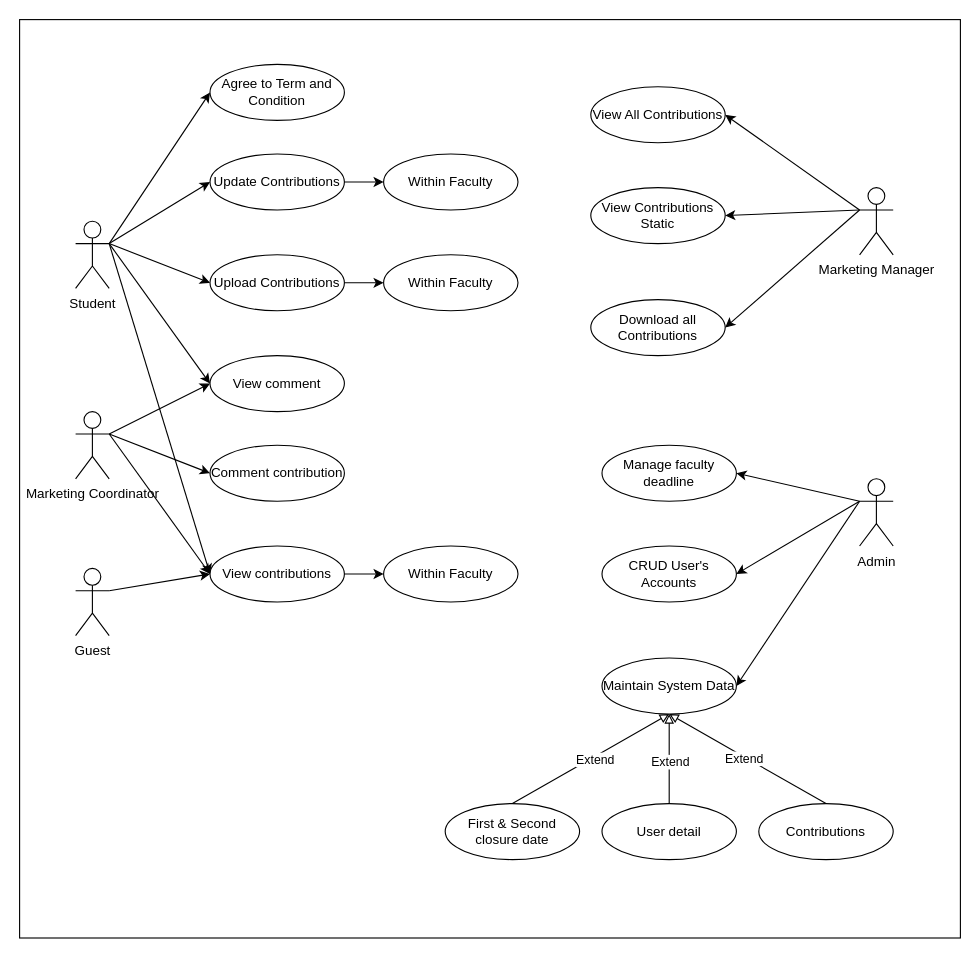
This is Requirement Analysis diagram/use case diagram.drawio from HungBuii/creative_ideas_project_1, a draw.io file, before an edit. Source tidied: cells renumbered, new cells numbered last; positions are measured from the earlier drawing's top-left corner, leaving out a move shared by most shapes. Both pictures are drawn from the tidied source at 112%, with x=0, y=0 at pixel (19, 19).
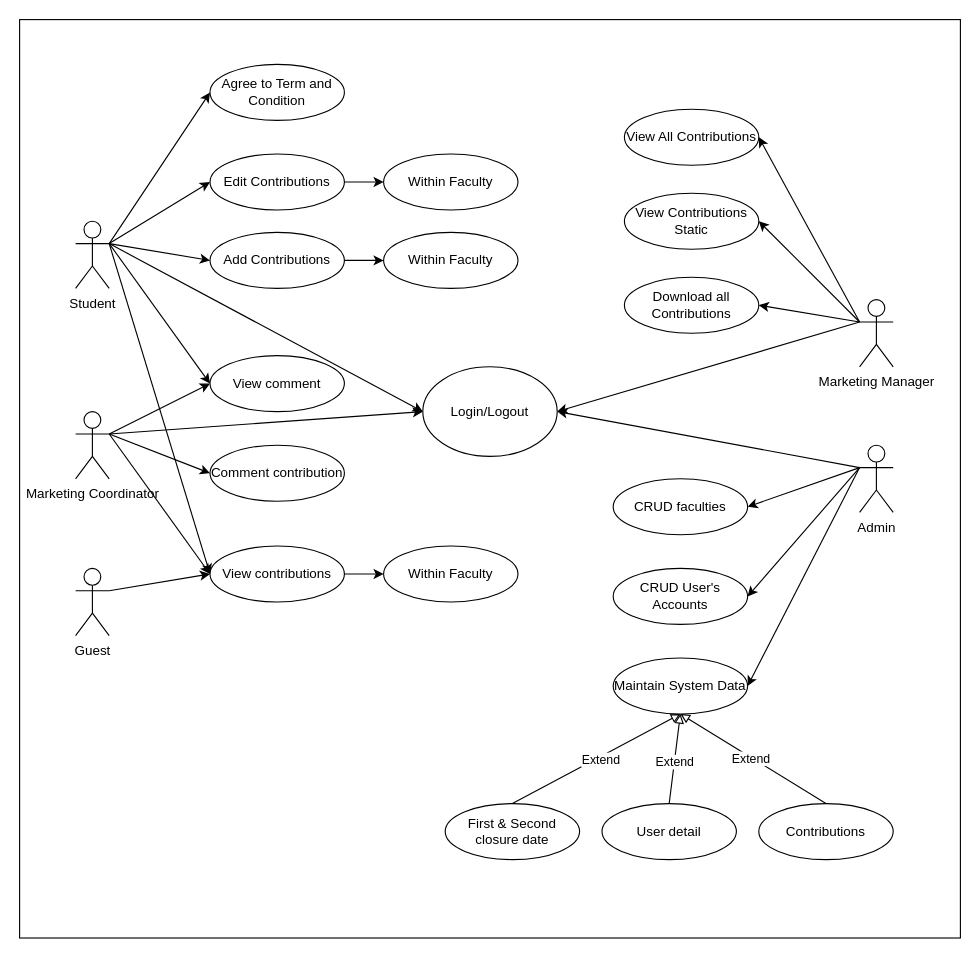
Above is the later version.

The change refers to these unchanged cells:
```xml
<mxCell id="6" value="Marketing Coordinator" style="shape=umlActor;verticalLabelPosition=bottom;verticalAlign=top;html=1;outlineConnect=0;" parent="1" vertex="1">
  <mxGeometry x="50" y="350" width="30" height="60" as="geometry" />
</mxCell>
<mxCell id="7" value="Student" style="shape=umlActor;verticalLabelPosition=bottom;verticalAlign=top;html=1;outlineConnect=0;" parent="1" vertex="1">
  <mxGeometry x="50" y="180" width="30" height="60" as="geometry" />
</mxCell>
```

What changed in the source:
```diff
@@
     <mxCell id="3" value="Admin" style="shape=umlActor;verticalLabelPosition=bottom;verticalAlign=top;html=1;outlineConnect=0;" parent="1" vertex="1">
-      <mxGeometry x="750" y="410" width="30" height="60" as="geometry" />
+      <mxGeometry x="750" y="380" width="30" height="60" as="geometry" />
     </mxCell>
@@
     <mxCell id="5" value="Marketing Manager" style="shape=umlActor;verticalLabelPosition=bottom;verticalAlign=top;html=1;outlineConnect=0;" parent="1" vertex="1">
-      <mxGeometry x="750" y="150" width="30" height="60" as="geometry" />
+      <mxGeometry x="750" y="250" width="30" height="60" as="geometry" />
     </mxCell>
@@
     <mxCell id="8" value="Within Faculty" style="ellipse;whiteSpace=wrap;html=1;" parent="1" vertex="1">
-      <mxGeometry x="325" y="210" width="120" height="50" as="geometry" />
+      <mxGeometry x="325" y="190" width="120" height="50" as="geometry" />
     </mxCell>
-    <mxCell id="9" value="Upload Contributions" style="ellipse;whiteSpace=wrap;html=1;" parent="1" vertex="1">
-      <mxGeometry x="170" y="210" width="120" height="50" as="geometry" />
+    <mxCell id="9" value="Add Contributions" style="ellipse;whiteSpace=wrap;html=1;" parent="1" vertex="1">
+      <mxGeometry x="170" y="190" width="120" height="50" as="geometry" />
     </mxCell>
@@
     <mxCell id="12" value="View All Contributions" style="ellipse;whiteSpace=wrap;html=1;" parent="1" vertex="1">
-      <mxGeometry x="510" y="60" width="120" height="50" as="geometry" />
+      <mxGeometry x="540" y="80" width="120" height="50" as="geometry" />
     </mxCell>
-    <mxCell id="13" value="Manage faculty deadline" style="ellipse;whiteSpace=wrap;html=1;" parent="1" vertex="1">
-      <mxGeometry x="520" y="380" width="120" height="50" as="geometry" />
+    <mxCell id="13" value="CRUD faculties" style="ellipse;whiteSpace=wrap;html=1;" parent="1" vertex="1">
+      <mxGeometry x="530" y="410" width="120" height="50" as="geometry" />
     </mxCell>
@@
-    <mxCell id="16" value="Update Contributions" style="ellipse;whiteSpace=wrap;html=1;" parent="1" vertex="1">
+    <mxCell id="16" value="Edit Contributions" style="ellipse;whiteSpace=wrap;html=1;" parent="1" vertex="1">
       <mxGeometry x="170" y="120" width="120" height="50" as="geometry" />
     </mxCell>
@@
     <mxCell id="32" value="View Contributions Static" style="ellipse;whiteSpace=wrap;html=1;" parent="1" vertex="1">
-      <mxGeometry x="510" y="150" width="120" height="50" as="geometry" />
+      <mxGeometry x="540" y="155" width="120" height="50" as="geometry" />
     </mxCell>
     <mxCell id="33" value="Download all Contributions" style="ellipse;whiteSpace=wrap;html=1;" parent="1" vertex="1">
-      <mxGeometry x="510" y="250" width="120" height="50" as="geometry" />
+      <mxGeometry x="540" y="230" width="120" height="50" as="geometry" />
     </mxCell>
@@
     <mxCell id="37" value="CRUD User's Accounts" style="ellipse;whiteSpace=wrap;html=1;" parent="1" vertex="1">
-      <mxGeometry x="520" y="470" width="120" height="50" as="geometry" />
+      <mxGeometry x="530" y="490" width="120" height="50" as="geometry" />
     </mxCell>
@@
     <mxCell id="40" value="Maintain System Data" style="ellipse;whiteSpace=wrap;html=1;" parent="1" vertex="1">
-      <mxGeometry x="520" y="570" width="120" height="50" as="geometry" />
+      <mxGeometry x="530" y="570" width="120" height="50" as="geometry" />
     </mxCell>
@@
+    <mxCell id="51" value="Login/Logout" style="ellipse;whiteSpace=wrap;html=1;" parent="1" vertex="1">
+      <mxGeometry x="360" y="310" width="120" height="80" as="geometry" />
+    </mxCell>
+    <mxCell id="52" style="endArrow=classic;html=1;rounded=0;entryX=1;entryY=0.5;entryDx=0;entryDy=0;exitX=0;exitY=0.3333333333333333;exitDx=0;exitDy=0;exitPerimeter=0;" parent="1" edge="1" source="5" target="51">
+      <mxGeometry relative="1" as="geometry" />
+    </mxCell>
+    <mxCell id="53" style="endArrow=classic;html=1;rounded=0;entryX=1;entryY=0.5;entryDx=0;entryDy=0;exitX=0;exitY=0.3333333333333333;exitDx=0;exitDy=0;exitPerimeter=0;" parent="1" edge="1" source="3" target="51">
+      <mxGeometry relative="1" as="geometry" />
+    </mxCell>
+    <mxCell id="54" style="endArrow=classic;html=1;rounded=0;exitX=1;exitY=0.3333333333333333;exitDx=0;exitDy=0;exitPerimeter=0;entryX=0;entryY=0.5;entryDx=0;entryDy=0;" parent="1" edge="1" source="6" target="51">
+      <mxGeometry relative="1" as="geometry" />
+    </mxCell>
+    <mxCell id="55" style="endArrow=classic;html=1;rounded=0;exitX=1;exitY=0.3333333333333333;exitDx=0;exitDy=0;exitPerimeter=0;entryX=0;entryY=0.5;entryDx=0;entryDy=0;" parent="1" edge="1" source="7" target="51">
+      <mxGeometry relative="1" as="geometry" />
+    </mxCell>
```
